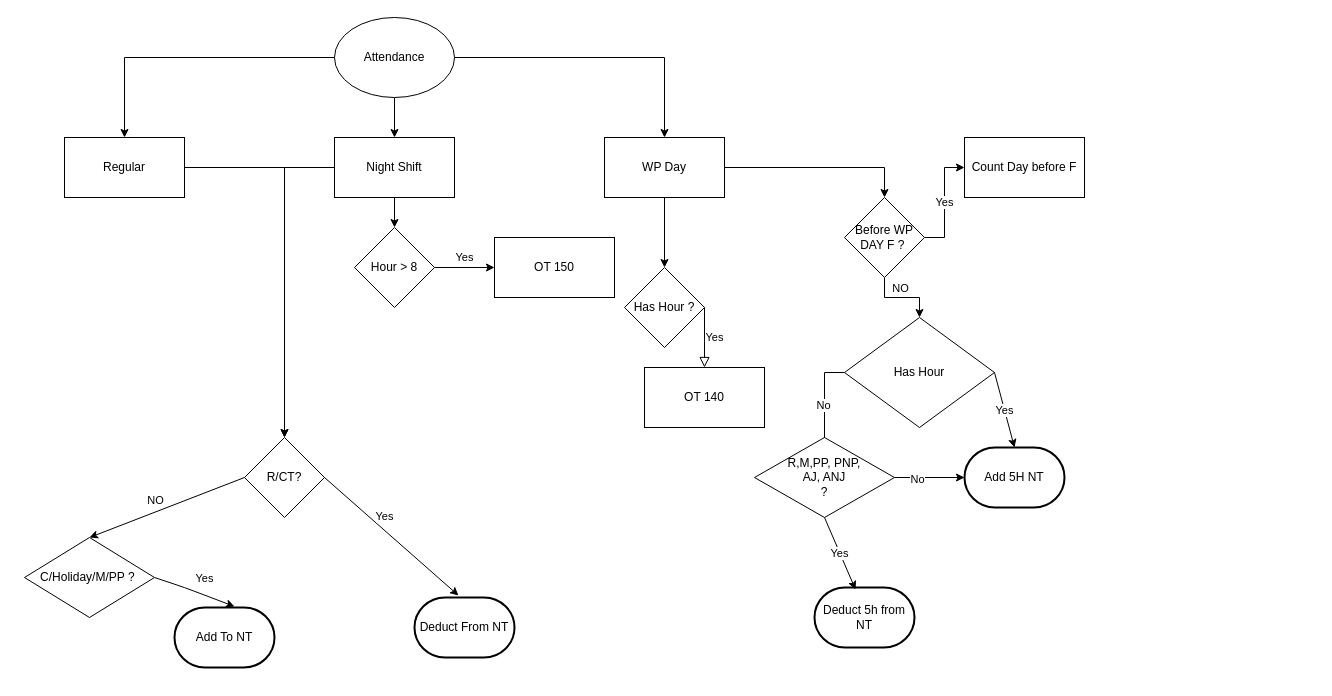
This is Untitled Diagram.drawio from alaponme/finder, a draw.io file, before an edit. Source tidied: cells renumbered, new cells numbered last; positions are measured from the earlier drawing's top-left corner, leaving out a move shared by most shapes. Both pictures are drawn from the tidied source at 100%, with x=0, y=0 at pixel (24, 17).
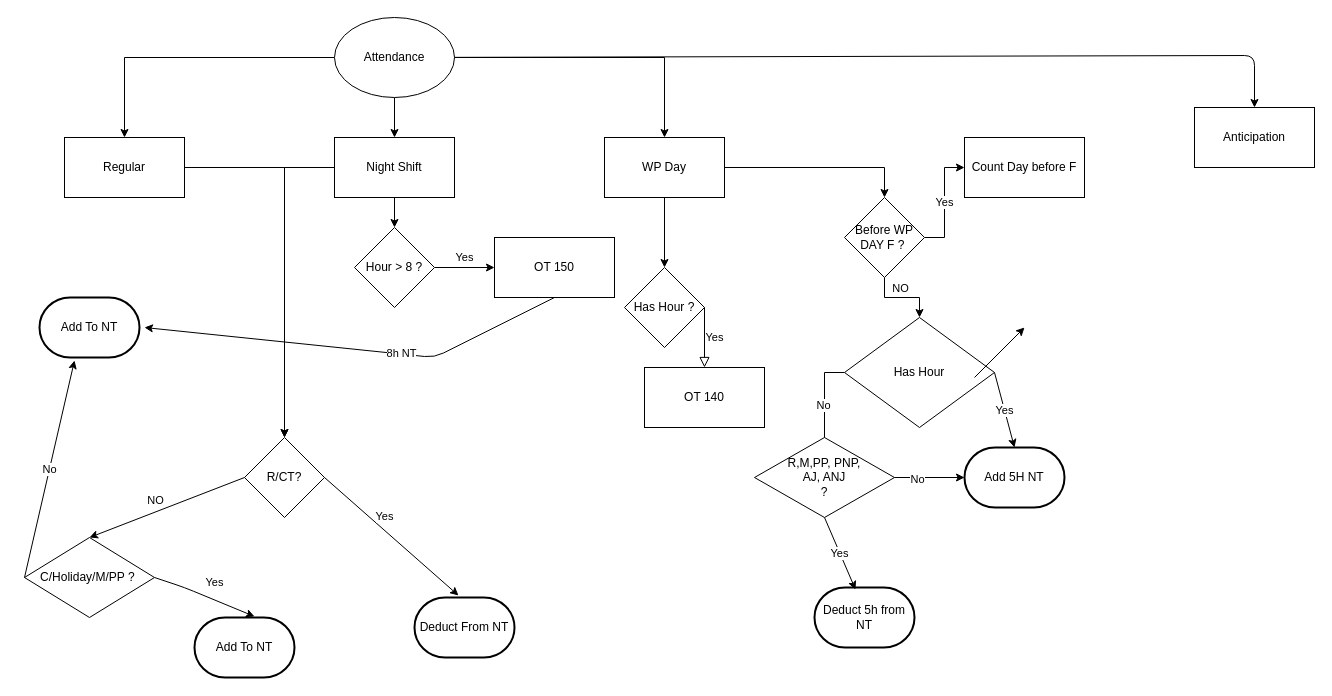
Above is the later version.

Unchanged cells that the change refers to:
```xml
<mxCell id="5" value="Attendance" style="ellipse;whiteSpace=wrap;html=1;" parent="1" vertex="1">
  <mxGeometry x="310" width="120" height="80" as="geometry" />
</mxCell>
<mxCell id="20" value="C/Holiday/M/PP ?&amp;nbsp;&lt;br&gt;" style="rhombus;whiteSpace=wrap;html=1;" parent="1" vertex="1">
  <mxGeometry y="520" width="130" height="80" as="geometry" />
</mxCell>
<mxCell id="27" value="OT 150" style="whiteSpace=wrap;html=1;" parent="1" vertex="1">
  <mxGeometry x="470" y="220" width="120" height="60" as="geometry" />
</mxCell>
```

What changed in the source:
```diff
@@
     <mxCell id="22" value="Add To NT&lt;br&gt;" style="strokeWidth=2;html=1;shape=mxgraph.flowchart.terminator;whiteSpace=wrap;" parent="1" vertex="1">
-      <mxGeometry x="150" y="590" width="100" height="60" as="geometry" />
+      <mxGeometry x="170" y="600" width="100" height="60" as="geometry" />
     </mxCell>
@@
-    <mxCell id="26" value="Hour &amp;gt; 8" style="rhombus;whiteSpace=wrap;html=1;" parent="1" vertex="1">
+    <mxCell id="26" value="Hour &amp;gt; 8 ?" style="rhombus;whiteSpace=wrap;html=1;" parent="1" vertex="1">
       <mxGeometry x="330" y="210" width="80" height="80" as="geometry" />
     </mxCell>
@@
+    <mxCell id="43" value="&lt;span&gt;Add To NT&lt;/span&gt;" style="strokeWidth=2;html=1;shape=mxgraph.flowchart.terminator;whiteSpace=wrap;" parent="1" vertex="1">
+      <mxGeometry x="15" y="280" width="100" height="60" as="geometry" />
+    </mxCell>
+    <mxCell id="44" value="No" style="endArrow=classic;html=1;entryX=0.35;entryY=1.05;entryDx=0;entryDy=0;entryPerimeter=0;exitX=0;exitY=0.5;exitDx=0;exitDy=0;" parent="1" edge="1" source="20" target="43">
+      <mxGeometry relative="1" as="geometry" />
+    </mxCell>
+    <mxCell id="45" style="endArrow=classic;html=1;exitX=0.5;exitY=1;exitDx=0;exitDy=0;" parent="1" edge="1" source="27">
+      <mxGeometry relative="1" as="geometry">
+        <mxPoint x="120" y="310" as="targetPoint" />
+        <Array as="points">
+          <mxPoint x="410" y="340" />
+        </Array>
+      </mxGeometry>
+    </mxCell>
+    <mxCell id="46" value="8h NT" style="edgeLabel;html=1;align=center;verticalAlign=middle;" parent="45" vertex="1">
+      <mxGeometry x="-0.21" relative="1" as="geometry">
+        <mxPoint y="-1" as="offset" />
+      </mxGeometry>
+    </mxCell>
+    <mxCell id="47" value="Anticipation" style="rounded=0;whiteSpace=wrap;html=1;" parent="1" vertex="1">
+      <mxGeometry x="1170" y="90" width="120" height="60" as="geometry" />
+    </mxCell>
+    <mxCell id="48" style="endArrow=classic;html=1;" parent="1" edge="1">
+      <mxGeometry relative="1" as="geometry">
+        <mxPoint x="950" y="360" as="sourcePoint" />
+        <mxPoint x="1000" y="310" as="targetPoint" />
+      </mxGeometry>
+    </mxCell>
+    <mxCell id="49" style="endArrow=classic;html=1;" parent="1" edge="1" source="5">
+      <mxGeometry relative="1" as="geometry">
+        <mxPoint x="1230" y="90" as="targetPoint" />
+        <Array as="points">
+          <mxPoint x="1230" y="38" />
+        </Array>
+      </mxGeometry>
+    </mxCell>
```
